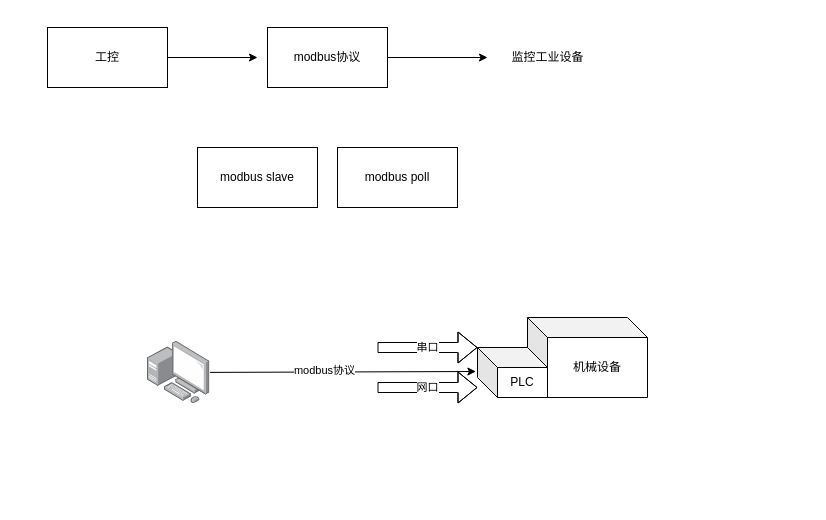
miaokela/Modbus-Visualizer keeps this draw.io diagram as plan.dio. Above is the earlier version. Source tidied: cells renumbered, new cells numbered last; positions are measured from the earlier drawing's top-left corner, leaving out a move shared by most shapes. Both pictures are drawn from the tidied source at 100%, with x=0, y=0 at pixel (47, 27).
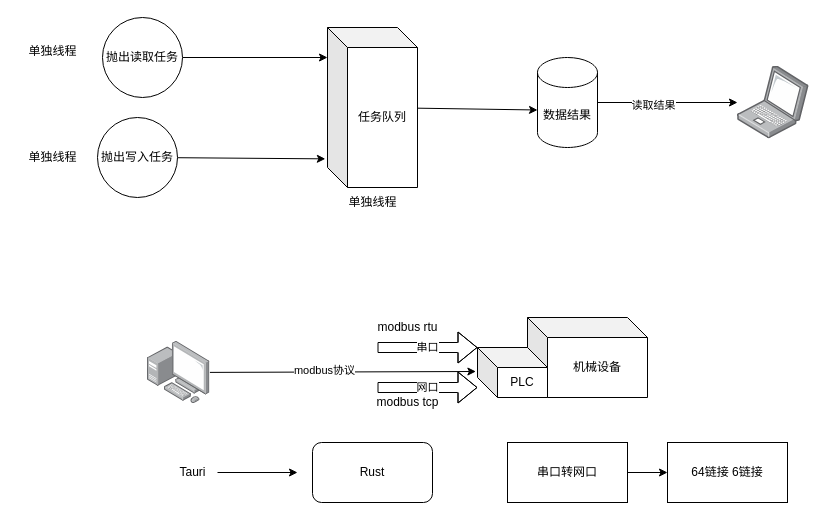
Above is the later version.

Diff of the diagram source:
```diff
@@
-    <mxCell id="2" style="edgeStyle=none;html=1;" parent="1" edge="1" source="3">
-      <mxGeometry relative="1" as="geometry">
-        <mxPoint x="210" y="30" as="targetPoint" />
-      </mxGeometry>
-    </mxCell>
-    <mxCell id="3" value="工控" style="rounded=0;whiteSpace=wrap;html=1;" parent="1" vertex="1">
-      <mxGeometry width="120" height="60" as="geometry" />
-    </mxCell>
-    <mxCell id="4" style="edgeStyle=none;html=1;" parent="1" edge="1" source="5">
-      <mxGeometry relative="1" as="geometry">
-        <mxPoint x="440" y="30" as="targetPoint" />
-      </mxGeometry>
-    </mxCell>
-    <mxCell id="5" value="modbus协议" style="rounded=0;whiteSpace=wrap;html=1;" parent="1" vertex="1">
-      <mxGeometry x="220" width="120" height="60" as="geometry" />
-    </mxCell>
-    <mxCell id="6" value="modbus poll" style="rounded=0;whiteSpace=wrap;html=1;" parent="1" vertex="1">
-      <mxGeometry x="290" y="120" width="120" height="60" as="geometry" />
-    </mxCell>
-    <mxCell id="7" value="modbus slave" style="rounded=0;whiteSpace=wrap;html=1;" parent="1" vertex="1">
-      <mxGeometry x="150" y="120" width="120" height="60" as="geometry" />
-    </mxCell>
@@
-    <mxCell id="15" value="监控工业设备" style="text;html=1;align=center;verticalAlign=middle;strokeColor=none;fillColor=none;" parent="1" vertex="1">
-      <mxGeometry x="450" y="15" width="100" height="30" as="geometry" />
+    <mxCell id="15" value="modbus rtu" style="text;html=1;align=center;verticalAlign=middle;strokeColor=none;fillColor=none;" parent="1" vertex="1">
+      <mxGeometry x="320" y="285" width="80" height="30" as="geometry" />
     </mxCell>
+    <mxCell id="16" value="modbus tcp" style="text;html=1;align=center;verticalAlign=middle;strokeColor=none;fillColor=none;" parent="1" vertex="1">
+      <mxGeometry x="315" y="360" width="90" height="30" as="geometry" />
+    </mxCell>
+    <mxCell id="17" style="edgeStyle=none;html=1;entryX=0;entryY=0;entryDx=0;entryDy=52.5;entryPerimeter=0;" parent="1" edge="1" source="18" target="21">
+      <mxGeometry relative="1" as="geometry" />
+    </mxCell>
+    <mxCell id="18" value="任务队列" style="shape=cube;whiteSpace=wrap;html=1;boundedLbl=1;backgroundOutline=1;darkOpacity=0.05;darkOpacity2=0.1;" parent="1" vertex="1">
+      <mxGeometry x="280" width="90" height="160" as="geometry" />
+    </mxCell>
+    <mxCell id="19" style="edgeStyle=none;html=1;" parent="1" edge="1" source="21" target="26">
+      <mxGeometry relative="1" as="geometry" />
+    </mxCell>
+    <mxCell id="20" value="读取结果" style="edgeLabel;html=1;align=center;verticalAlign=middle;" parent="19" vertex="1">
+      <mxGeometry x="-0.22" y="-2" relative="1" as="geometry" />
+    </mxCell>
+    <mxCell id="21" value="数据结果" style="shape=cylinder3;whiteSpace=wrap;html=1;boundedLbl=1;backgroundOutline=1;size=15;" parent="1" vertex="1">
+      <mxGeometry x="490" y="30" width="60" height="90" as="geometry" />
+    </mxCell>
+    <mxCell id="22" style="edgeStyle=none;html=1;entryX=0;entryY=0;entryDx=0;entryDy=30;entryPerimeter=0;" parent="1" edge="1" source="23" target="18">
+      <mxGeometry relative="1" as="geometry" />
+    </mxCell>
+    <mxCell id="23" value="抛出读取任务" style="ellipse;whiteSpace=wrap;html=1;" parent="1" vertex="1">
+      <mxGeometry x="55" y="-10" width="80" height="80" as="geometry" />
+    </mxCell>
+    <mxCell id="24" style="edgeStyle=none;html=1;entryX=-0.024;entryY=0.821;entryDx=0;entryDy=0;entryPerimeter=0;" parent="1" edge="1" source="25" target="18">
+      <mxGeometry relative="1" as="geometry" />
+    </mxCell>
+    <mxCell id="25" value="抛出写入任务" style="ellipse;whiteSpace=wrap;html=1;" parent="1" vertex="1">
+      <mxGeometry x="50" y="90" width="80" height="80" as="geometry" />
+    </mxCell>
+    <mxCell id="26" style="points=[];html=1;align=center;shadow=0;dashed=0;image;image=img/lib/allied_telesis/computer_and_terminals/Laptop.svg;" parent="1" vertex="1">
+      <mxGeometry x="690" y="38.7" width="71.6" height="72.6" as="geometry" />
+    </mxCell>
+    <mxCell id="27" value="单独线程" style="text;html=1;align=center;verticalAlign=middle;strokeColor=none;fillColor=none;" parent="1" vertex="1">
+      <mxGeometry x="-30" y="8.7" width="70" height="30" as="geometry" />
+    </mxCell>
+    <mxCell id="28" value="单独线程" style="text;html=1;align=center;verticalAlign=middle;strokeColor=none;fillColor=none;" parent="1" vertex="1">
+      <mxGeometry x="-30" y="115" width="70" height="30" as="geometry" />
+    </mxCell>
+    <mxCell id="29" value="单独线程" style="text;html=1;align=center;verticalAlign=middle;strokeColor=none;fillColor=none;" parent="1" vertex="1">
+      <mxGeometry x="290" y="160" width="70" height="30" as="geometry" />
+    </mxCell>
+    <mxCell id="30" style="edgeStyle=none;html=1;" parent="1" edge="1" source="31">
+      <mxGeometry relative="1" as="geometry">
+        <mxPoint x="250" y="445" as="targetPoint" />
+      </mxGeometry>
+    </mxCell>
+    <mxCell id="31" value="Tauri" style="text;html=1;align=center;verticalAlign=middle;points=[];strokeColor=none;fillColor=none;" parent="1" vertex="1">
+      <mxGeometry x="120" y="430" width="50" height="30" as="geometry" />
+    </mxCell>
+    <mxCell id="32" value="Rust" style="rounded=1;whiteSpace=wrap;html=1;" parent="1" vertex="1">
+      <mxGeometry x="265" y="415" width="120" height="60" as="geometry" />
+    </mxCell>
+    <mxCell id="33" style="edgeStyle=none;html=1;" parent="1" edge="1" source="34" target="35">
+      <mxGeometry relative="1" as="geometry" />
+    </mxCell>
+    <mxCell id="34" value="串口转网口" style="whiteSpace=wrap;html=1;" parent="1" vertex="1">
+      <mxGeometry x="460" y="415" width="120" height="60" as="geometry" />
+    </mxCell>
+    <mxCell id="35" value="64链接 6链接" style="whiteSpace=wrap;html=1;" parent="1" vertex="1">
+      <mxGeometry x="620" y="415" width="120" height="60" as="geometry" />
+    </mxCell>
```
